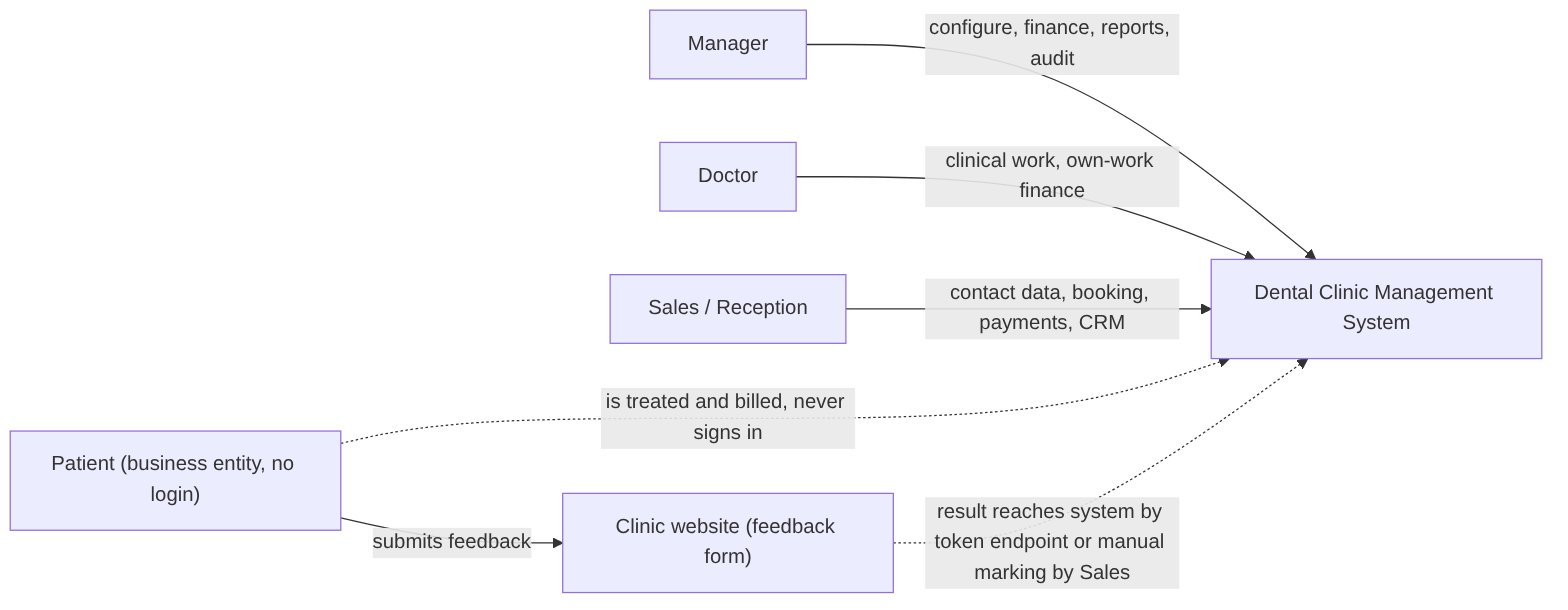
The Mermaid diagram docs/rendered-diagrams/diagram-01-system-context.png in mostafaabdullah11/Dental-clinical-system, before a commit. Its source is kept beside it as docs/diagrams/diagram-01-system-context.mmd.
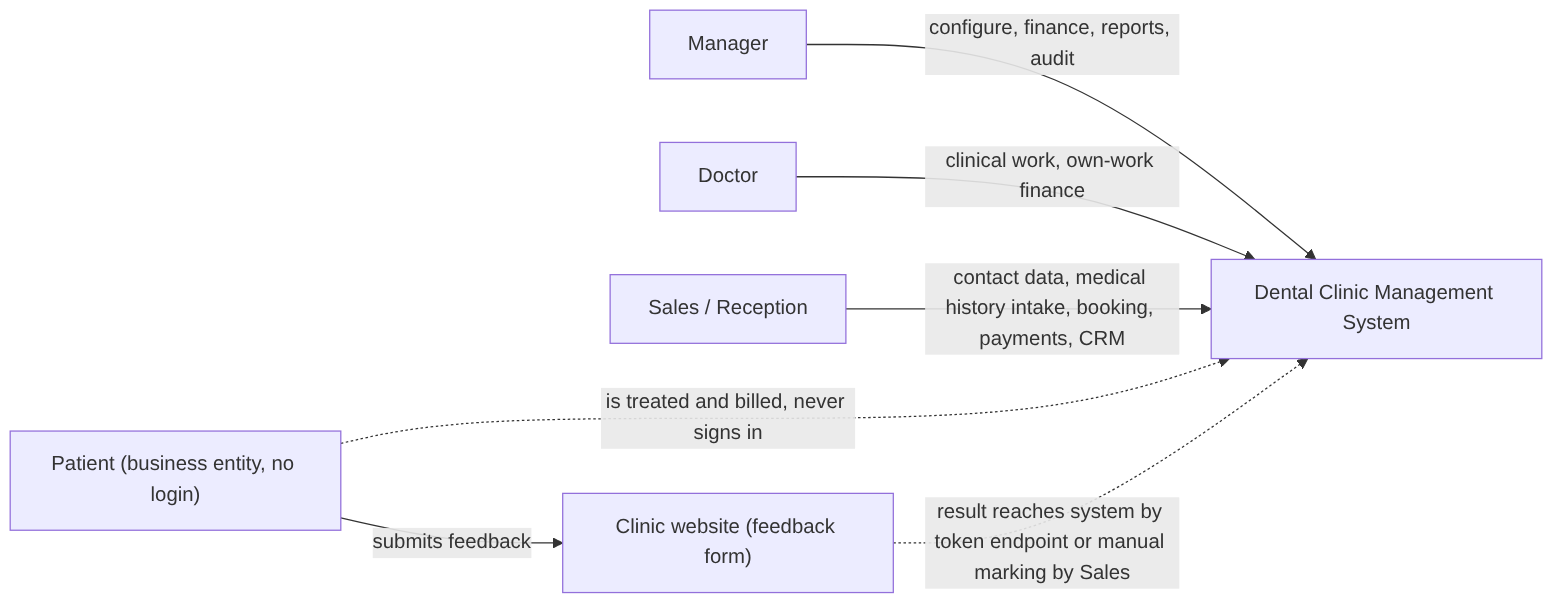
After the change.

Change to the diagram source:
```diff
@@ -2,13 +2,15 @@
     M["Manager"]
     D["Doctor"]
     S["Sales / Reception"]
+    A["Assistant (staff record only, no login)"]
     P["Patient (business entity, no login)"]
-    SYS["Dental Clinic Management System"]
+    SYS["Dental Clinic Management System (Arabic RTL, single branch)"]
     WEB["Clinic website (feedback form)"]
 
-    M -->|"configure, finance, reports, audit"| SYS
-    D -->|"clinical work, own-work finance"| SYS
-    S -->|"contact data, booking, payments, CRM"| SYS
+    M -->|"configure, finance, accounts and passwords, attendance, overtime, payroll, reports, audit"| SYS
+    M -.->|"maintains attendance, overtime, salary and payroll for"| A
+    D -->|"clinical work, own prices and discounts, fixed lab entry, own-work finance"| SYS
+    S -->|"contact data, medical history intake, booking, arrival, payments, discounts, CRM, Materials / Petty expenses, entered feedback"| SYS
     P -.->|"is treated and billed, never signs in"| SYS
-    P -->|"submits feedback"| WEB
-    WEB -.->|"result reaches system by token endpoint or manual marking by Sales"| SYS
+    P -->|"submits feedback with token link"| WEB
+    WEB -->|"public token endpoint"| SYS
```
